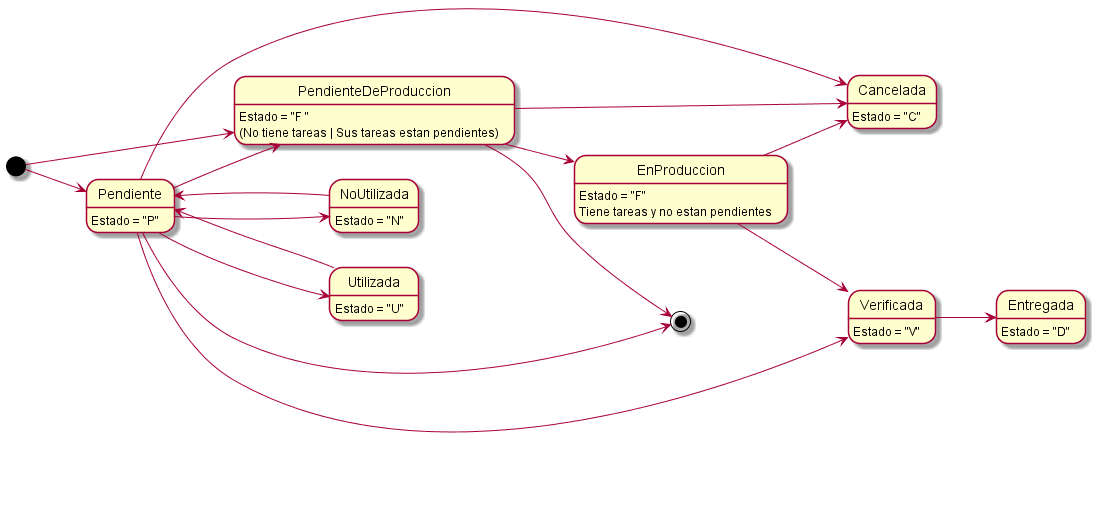
ZMGestion/DocumentacionZMGestion keeps this PlantUML diagram as Informe Final/Imagenes/DiagramasEstado/DiagramaDeEstado/lineasProducto.png. Above is the earlier version.
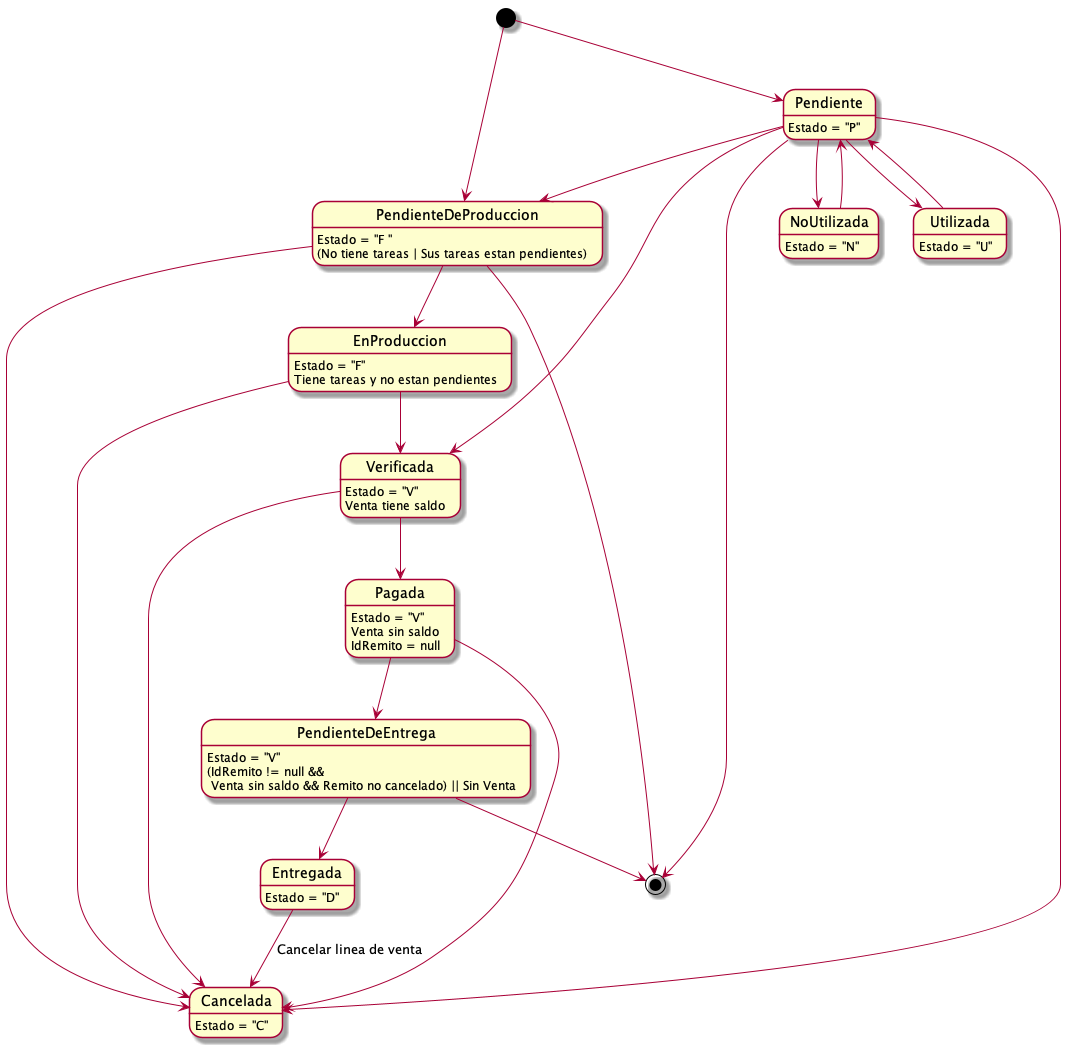
Above is the later version.

The edit, as a diff of the source:
```diff
@@ -8,9 +8,15 @@
 EnProduccion: Estado = "F"
 EnProduccion: Tiene tareas y no estan pendientes
 Verificada: Estado = "V"
+Verificada: Venta tiene saldo
+Pagada: Estado = "V"
+Pagada: Venta sin saldo
+Pagada: IdRemito = null
+PendienteDeEntrega: Estado = "V"
+PendienteDeEntrega: (IdRemito != null && \n Venta sin saldo && Remito no cancelado) || Sin Venta
 Entregada: Estado = "D"
 
-left to right direction
+top to bottom direction
 [*] --> Pendiente
 Pendiente --> [*]
 [*] --> PendienteDeProduccion
@@ -25,8 +31,13 @@
 PendienteDeProduccion --> Cancelada
 PendienteDeProduccion --> EnProduccion
 EnProduccion --> Cancelada
+Verificada --> Cancelada
+Pagada --> Cancelada
 EnProduccion --> Verificada
-Verificada --> Entregada
-
+Verificada --> Pagada
+Pagada --> PendienteDeEntrega
+PendienteDeEntrega --> Entregada
+PendienteDeEntrega --> [*]
+Entregada --> Cancelada : Cancelar linea de venta
 
 @enduml
```
